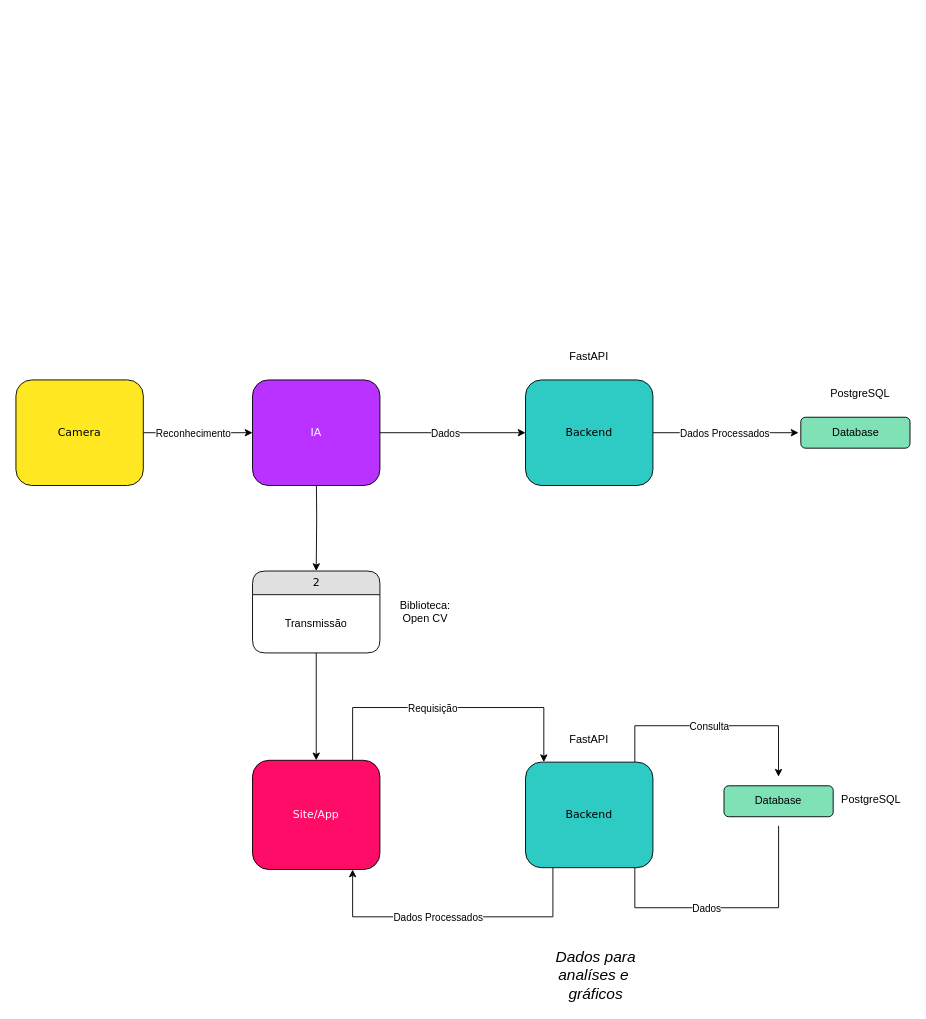
Earlier version of the draw.io diagram Fluxo de Dados - Urban Flow.drawio (MdevSs/infra-urban-flow). Source tidied: cells renumbered, new cells numbered last; positions are measured from the earlier drawing's top-left corner, leaving out a move shared by most shapes. Both pictures are drawn from the tidied source at 91%, with x=0, y=0 at pixel (15, 343).
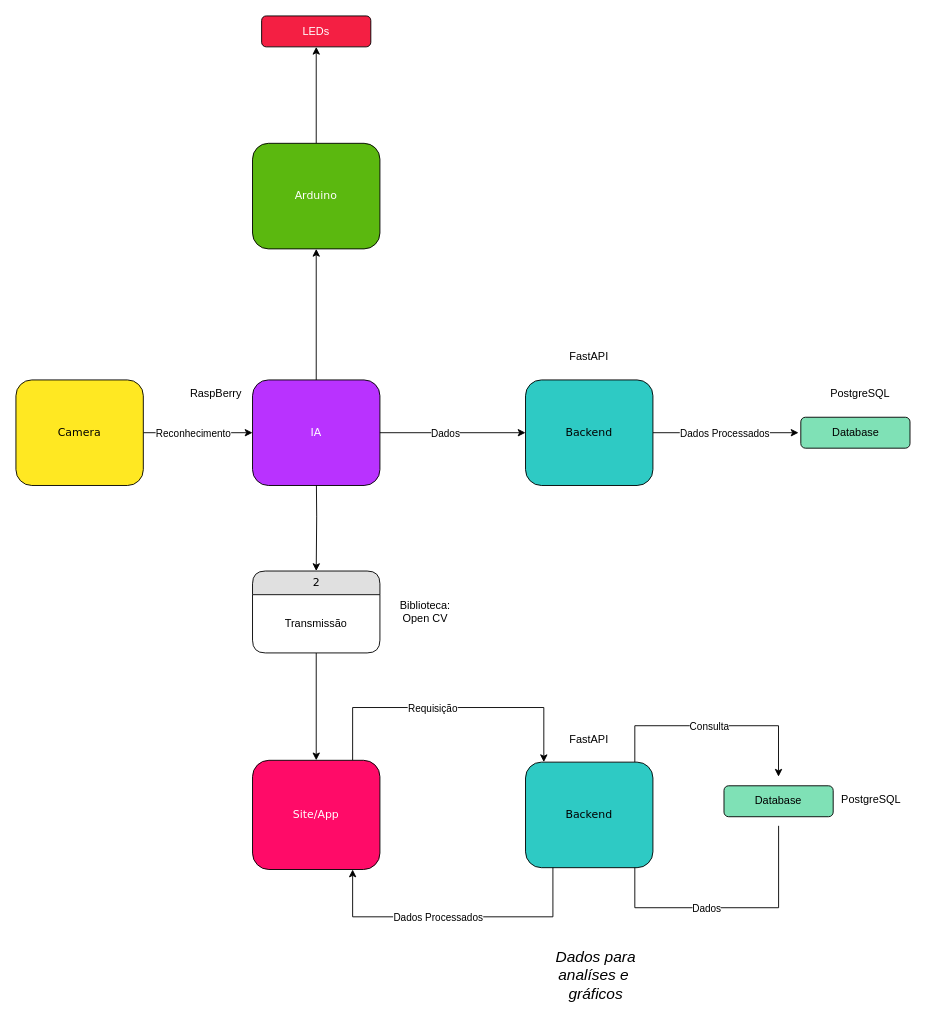
Above is the later version.

Unchanged cells that the change refers to:
```xml
<mxCell id="30" value="IA" style="whiteSpace=wrap;html=1;rounded=1;shadow=0;comic=0;labelBackgroundColor=none;strokeWidth=1;fontFamily=Verdana;fontSize=12;align=center;fillColor=#B932FF;strokeColor=#000000;fontColor=#FFFFFF;fontStyle=0;" parent="1" vertex="1">
  <mxGeometry x="260" y="40" width="140" height="116" as="geometry" />
</mxCell>
```

What changed in the source:
```diff
@@
+    <mxCell id="33" style="edgeStyle=orthogonalEdgeStyle;rounded=0;jettySize=auto;html=1;" parent="1" edge="1" source="30" target="36">
+      <mxGeometry relative="1" as="geometry" />
+    </mxCell>
@@
+    <mxCell id="34" value="RaspBerry" style="text;html=1;align=center;verticalAlign=middle;whiteSpace=wrap;rounded=0;" parent="1" vertex="1">
+      <mxGeometry x="190" y="40" width="60" height="30" as="geometry" />
+    </mxCell>
+    <mxCell id="35" style="edgeStyle=orthogonalEdgeStyle;rounded=0;jettySize=auto;html=1;" parent="1" edge="1" source="36" target="37">
+      <mxGeometry relative="1" as="geometry" />
+    </mxCell>
+    <mxCell id="36" value="Arduino" style="whiteSpace=wrap;html=1;rounded=1;shadow=0;comic=0;labelBackgroundColor=none;strokeWidth=1;fontFamily=Verdana;fontSize=12;align=center;fillColor=light-dark(#5bb80f, #eb77ff);strokeColor=#000000;fontColor=#FFFFFF;fontStyle=0;" parent="1" vertex="1">
+      <mxGeometry x="260" y="-220" width="140" height="116" as="geometry" />
+    </mxCell>
+    <mxCell id="37" value="LEDs" style="rounded=1;whiteSpace=wrap;html=1;fillColor=light-dark(#f41f43, #ff80a1);fontColor=light-dark(#ffffff, #ededed);" parent="1" vertex="1">
+      <mxGeometry x="270" y="-360" width="120" height="34" as="geometry" />
+    </mxCell>
```
